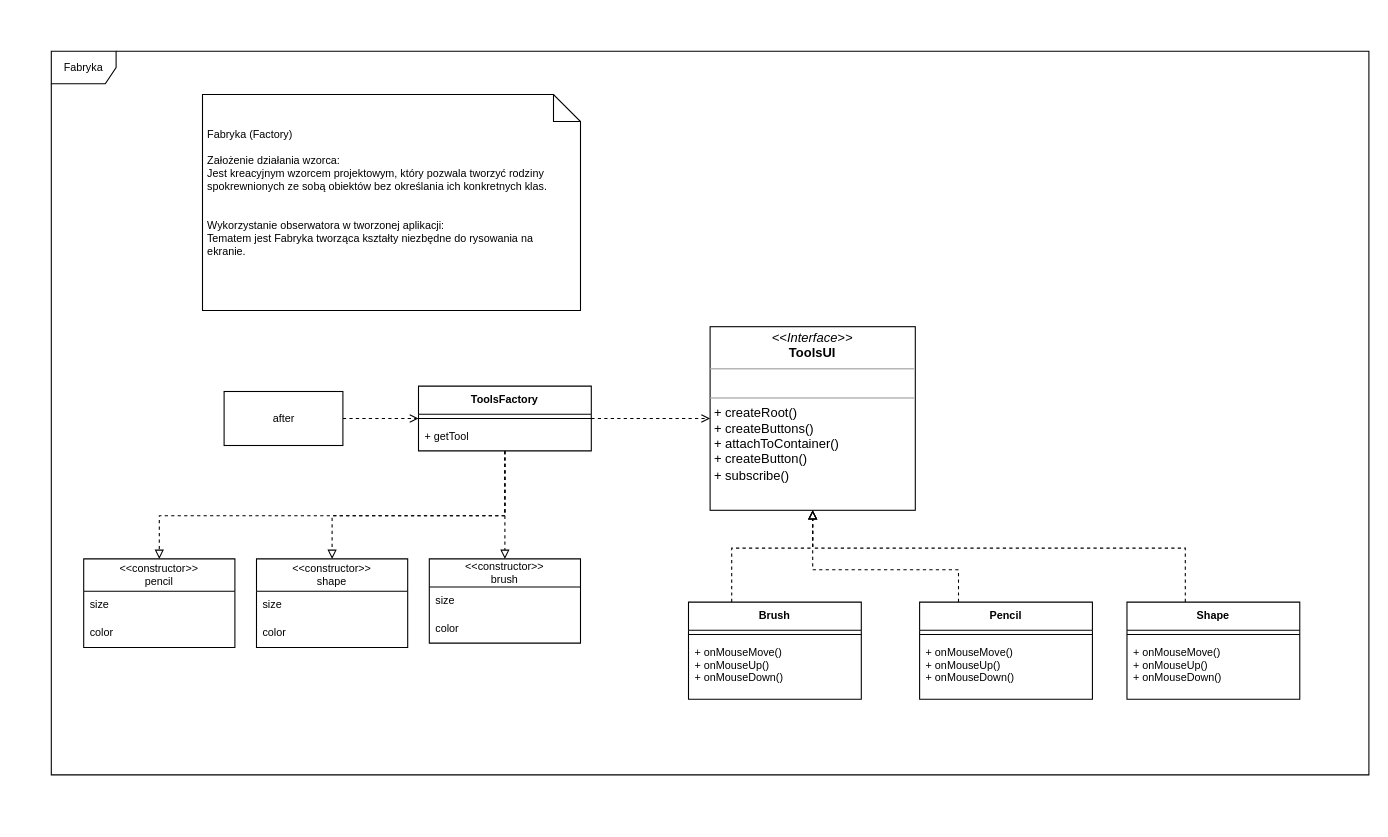
Above: page "Fabryka" (2 of 3) of src/Untitled Diagram.drawio in aleksandra0291/wzorce (draw.io), before the change. Source tidied: cells renumbered, new cells numbered last; positions are measured from the earlier drawing's top-left corner, leaving out a move shared by most shapes. Both pictures are drawn from the tidied source at 108%, with x=0, y=0 at pixel (51, 51).
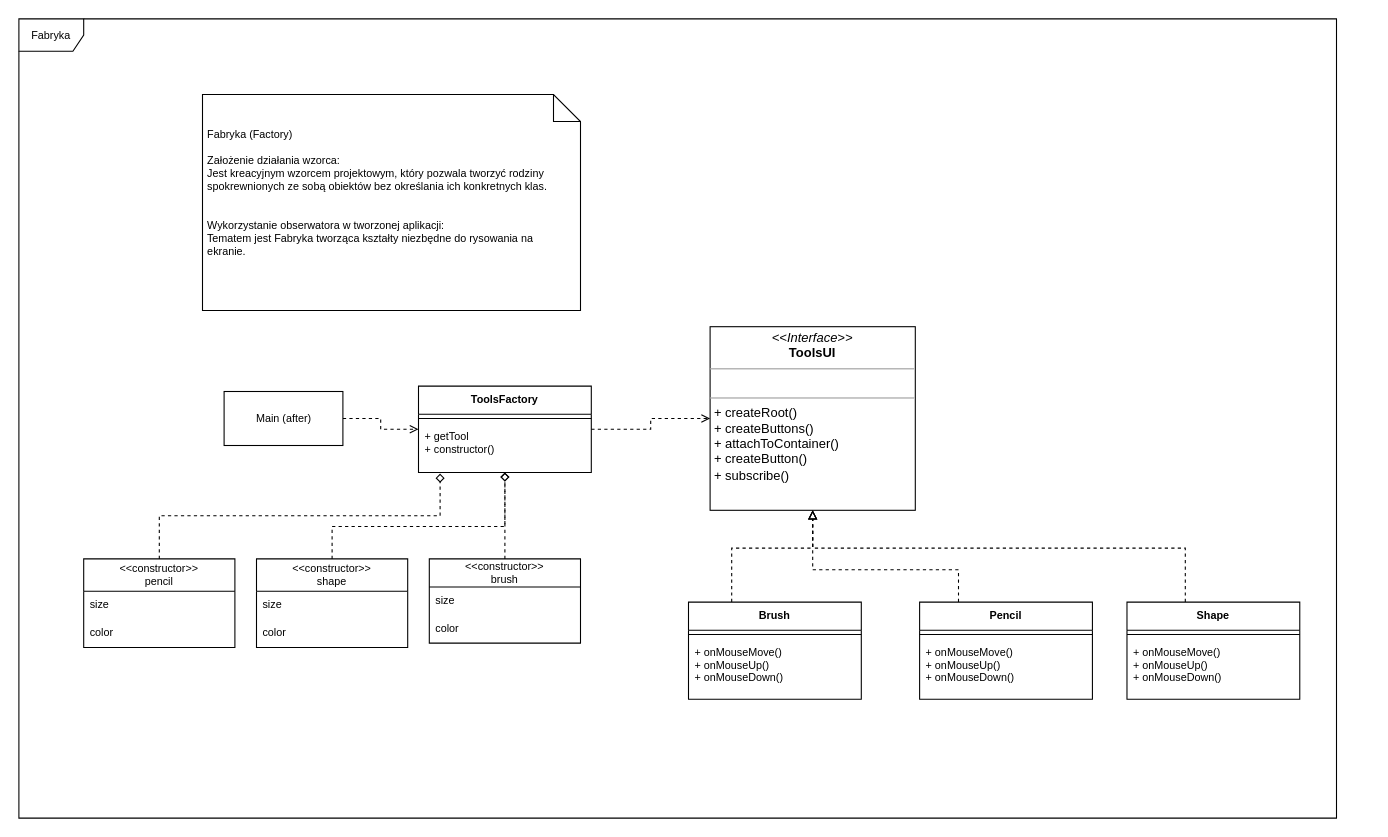
Above is the later version.

Unchanged cells that the change refers to:
```xml
<mxCell id="26" value="&lt;&lt;constructor&gt;&gt;&#10;brush" style="swimlane;fontStyle=0;horizontal=1;startSize=26;fillColor=none;fontSize=10;" parent="1" vertex="1">
  <mxGeometry x="350" y="470" width="140" height="78" as="geometry" />
</mxCell>
<mxCell id="29" value="&lt;&lt;constructor&gt;&gt;&#10;shape" style="swimlane;fontStyle=0;horizontal=1;startSize=30;fillColor=none;fontSize=10;" parent="1" vertex="1">
  <mxGeometry x="190" y="470" width="140" height="82" as="geometry" />
</mxCell>
<mxCell id="32" value="&lt;&lt;constructor&gt;&gt;&#10;pencil" style="swimlane;fontStyle=0;horizontal=1;startSize=30;fillColor=none;fontSize=10;" parent="1" vertex="1">
  <mxGeometry x="30" y="470" width="140" height="82" as="geometry" />
</mxCell>
```

Change to the diagram source:
```diff
@@
-    <mxCell id="2" value="&lt;font style=&quot;font-size: 10px;&quot;&gt;Fabryka&lt;/font&gt;" style="shape=umlFrame;whiteSpace=wrap;html=1;" parent="1" vertex="1">
-      <mxGeometry width="1220" height="670" as="geometry" />
-    </mxCell>
@@
-    <mxCell id="5" style="edgeStyle=orthogonalEdgeStyle;rounded=0;jettySize=auto;html=1;entryX=0.5;entryY=0;entryDx=0;entryDy=0;dashed=1;fontSize=10;endArrow=block;endFill=0;" parent="1" edge="1" source="8" target="29">
-      <mxGeometry relative="1" as="geometry">
-        <Array as="points">
-          <mxPoint x="420" y="430" />
-          <mxPoint x="260" y="430" />
-        </Array>
-      </mxGeometry>
-    </mxCell>
-    <mxCell id="6" style="edgeStyle=orthogonalEdgeStyle;rounded=0;jettySize=auto;html=1;dashed=1;fontSize=10;endArrow=block;endFill=0;" parent="1" edge="1" source="8" target="26">
-      <mxGeometry relative="1" as="geometry" />
-    </mxCell>
-    <mxCell id="7" style="edgeStyle=orthogonalEdgeStyle;rounded=0;jettySize=auto;html=1;dashed=1;fontSize=10;endArrow=block;endFill=0;" parent="1" edge="1" source="8" target="32">
-      <mxGeometry relative="1" as="geometry">
-        <Array as="points">
-          <mxPoint x="420" y="430" />
-          <mxPoint x="100" y="430" />
-        </Array>
-      </mxGeometry>
-    </mxCell>
     <mxCell id="8" value="ToolsFactory" style="swimlane;fontStyle=1;align=center;verticalAlign=top;horizontal=1;startSize=26;fontSize=10;" parent="1" vertex="1">
-      <mxGeometry x="340" y="310" width="160" height="60" as="geometry" />
+      <mxGeometry x="340" y="310" width="160" height="80" as="geometry" />
     </mxCell>
@@
-    <mxCell id="10" value="+ getTool" style="text;strokeColor=none;fillColor=none;align=left;verticalAlign=top;spacingLeft=4;spacingRight=4;overflow=hidden;points=[[0,0.5],[1,0.5]];portConstraint=eastwest;fontSize=10;" parent="8" vertex="1">
-      <mxGeometry y="34" width="160" height="26" as="geometry" />
+    <mxCell id="10" value="+ getTool&#10;+ constructor()" style="text;strokeColor=none;fillColor=none;align=left;verticalAlign=top;spacingLeft=4;spacingRight=4;overflow=hidden;points=[[0,0.5],[1,0.5]];portConstraint=eastwest;fontSize=10;" parent="8" vertex="1">
+      <mxGeometry y="34" width="160" height="46" as="geometry" />
     </mxCell>
@@
-    <mxCell id="12" value="after" style="html=1;fontSize=10;" parent="1" vertex="1">
+    <mxCell id="12" value="Main (after)" style="html=1;fontSize=10;" parent="1" vertex="1">
       <mxGeometry x="160" y="315" width="110" height="50" as="geometry" />
     </mxCell>
@@
+    <mxCell id="35" style="edgeStyle=orthogonalEdgeStyle;rounded=0;jettySize=auto;html=1;entryX=0.5;entryY=1;entryDx=0;entryDy=0;entryPerimeter=0;dashed=1;fontSize=10;endArrow=diamond;endFill=0;" parent="1" edge="1" source="26" target="10">
+      <mxGeometry relative="1" as="geometry" />
+    </mxCell>
@@
+    <mxCell id="36" style="edgeStyle=orthogonalEdgeStyle;rounded=0;jettySize=auto;html=1;dashed=1;fontSize=10;endArrow=diamond;endFill=0;" parent="1" edge="1" source="29">
+      <mxGeometry relative="1" as="geometry">
+        <mxPoint x="420" y="390" as="targetPoint" />
+        <Array as="points">
+          <mxPoint x="260" y="440" />
+          <mxPoint x="420" y="440" />
+        </Array>
+      </mxGeometry>
+    </mxCell>
@@
+    <mxCell id="37" style="edgeStyle=orthogonalEdgeStyle;rounded=0;jettySize=auto;html=1;entryX=0.125;entryY=1.022;entryDx=0;entryDy=0;entryPerimeter=0;fontSize=10;endArrow=diamond;endFill=0;dashed=1;" parent="1" edge="1" source="32" target="10">
+      <mxGeometry relative="1" as="geometry" />
+    </mxCell>
@@
+    <mxCell id="2" value="&lt;font style=&quot;font-size: 10px;&quot;&gt;Fabryka&lt;/font&gt;" style="shape=umlFrame;whiteSpace=wrap;html=1;" parent="1" vertex="1">
+      <mxGeometry x="-30" y="-30" width="1220" height="740" as="geometry" />
+    </mxCell>
```
